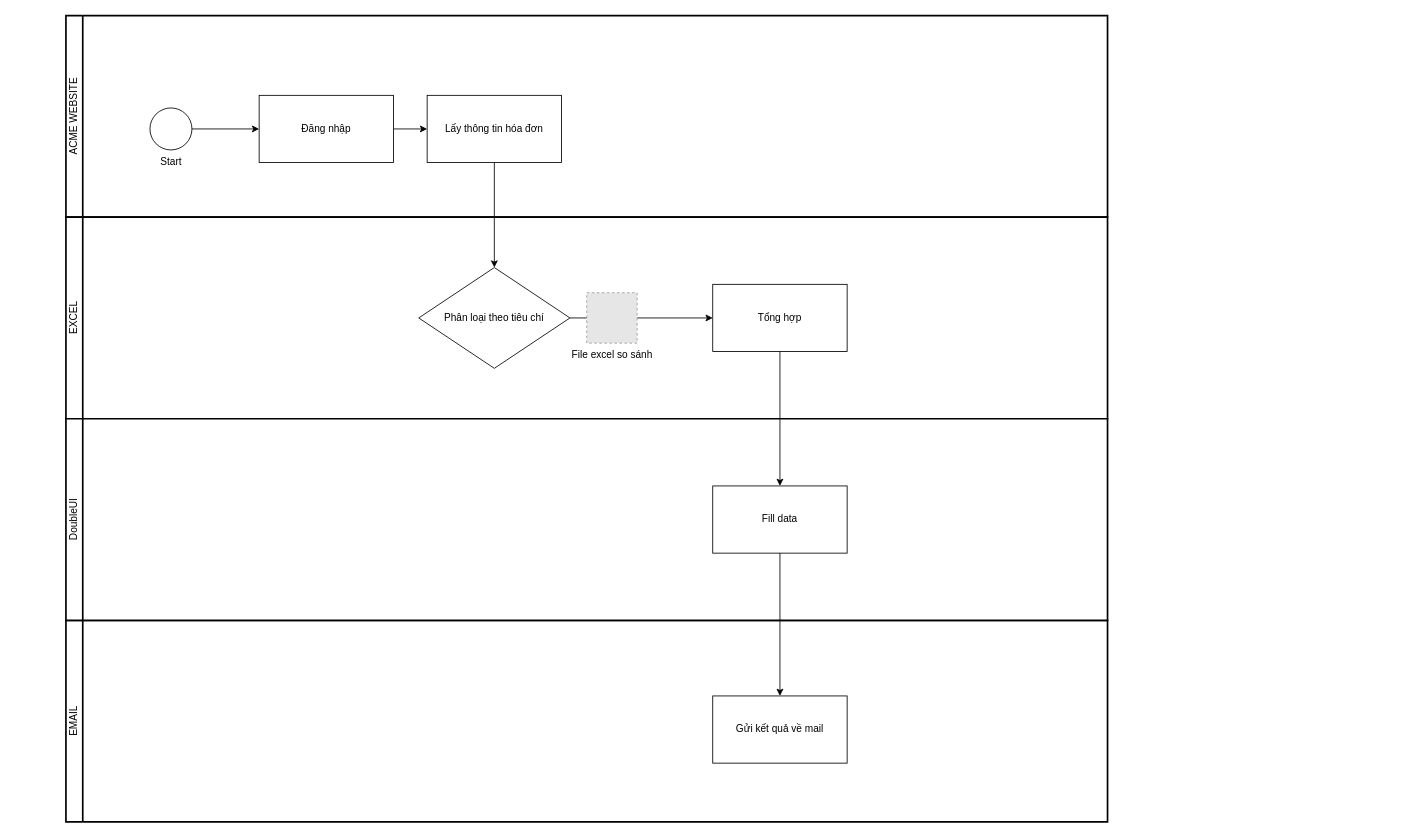
This is page "TO-BE" (1 of 2) of 01_AutomationTest_Learn_V0.1/File/Doc/project1_ReadExcel.drawio from ManhHongPham/UiPath, a draw.io file, before an edit. Source tidied: cells renumbered, new cells numbered last; positions are measured from the earlier drawing's top-left corner, leaving out a move shared by most shapes. Both pictures are drawn from the tidied source at 84%, with x=0, y=0 at pixel (66, 15). Pictures stored in the file or linked from it are replaced by grey dashed boxes.
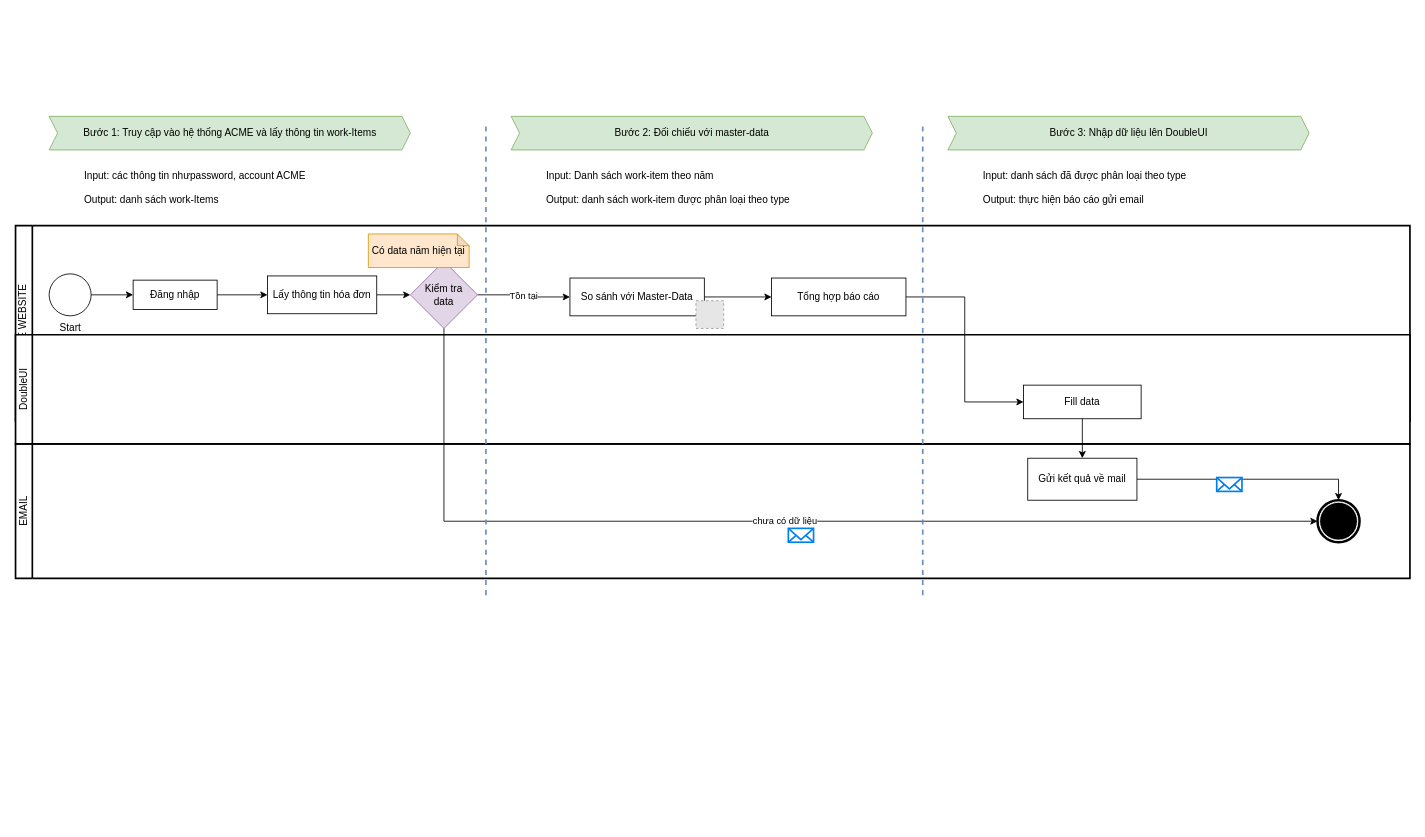
Above is the later version.

Diff of the diagram source:
```diff
@@
     <mxCell id="2" value="ACME WEBSITE" style="swimlane;html=1;startSize=20;fontStyle=0;horizontal=0;swimlaneLine=1;swimlaneFillColor=#ffffff;strokeWidth=2;whiteSpace=wrap;" parent="1" vertex="1">
-      <mxGeometry width="1240" height="240" as="geometry" />
+      <mxGeometry x="-60" y="250" width="1660" height="233" as="geometry" />
     </mxCell>
@@
     <mxCell id="4" value="Đăng nhập" style="rounded=0;whiteSpace=wrap;html=1;" parent="2" vertex="1">
-      <mxGeometry x="230" y="95" width="160" height="80" as="geometry" />
+      <mxGeometry x="140" y="65" width="100" height="35" as="geometry" />
     </mxCell>
@@
     <mxCell id="6" value="Start" style="points=[[0.145,0.145,0],[0.5,0,0],[0.855,0.145,0],[1,0.5,0],[0.855,0.855,0],[0.5,1,0],[0.145,0.855,0],[0,0.5,0]];shape=mxgraph.bpmn.event;html=1;verticalLabelPosition=bottom;labelBackgroundColor=#ffffff;verticalAlign=top;align=center;perimeter=ellipsePerimeter;outlineConnect=0;outline=standard;symbol=general;" parent="2" vertex="1">
-      <mxGeometry x="100" y="110" width="50" height="50" as="geometry" />
+      <mxGeometry x="40" y="57.5" width="50" height="50" as="geometry" />
     </mxCell>
+    <mxCell id="20" style="edgeStyle=orthogonalEdgeStyle;rounded=0;jettySize=auto;html=1;entryX=0;entryY=0.5;entryDx=0;entryDy=0;" parent="2" edge="1" source="7" target="25">
+      <mxGeometry relative="1" as="geometry" />
+    </mxCell>
     <mxCell id="7" value="Lấy thông tin hóa đơn" style="rounded=0;whiteSpace=wrap;html=1;" parent="2" vertex="1">
-      <mxGeometry x="430" y="95" width="160" height="80" as="geometry" />
+      <mxGeometry x="300" y="60" width="130" height="45" as="geometry" />
     </mxCell>
-    <mxCell id="8" value="EXCEL" style="swimlane;html=1;startSize=20;fontStyle=0;horizontal=0;swimlaneLine=1;swimlaneFillColor=#ffffff;strokeWidth=2;whiteSpace=wrap;" parent="1" vertex="1">
-      <mxGeometry y="240" width="1240" height="240" as="geometry" />
-    </mxCell>
-    <mxCell id="9" value="Tổng hợp" style="rounded=0;whiteSpace=wrap;html=1;" parent="8" vertex="1">
-      <mxGeometry x="770" y="80" width="160" height="80" as="geometry" />
-    </mxCell>
-    <mxCell id="10" style="edgeStyle=orthogonalEdgeStyle;rounded=0;jettySize=auto;html=1;" parent="8" edge="1" source="11" target="9">
-      <mxGeometry relative="1" as="geometry" />
-    </mxCell>
-    <mxCell id="11" value="Phân loại theo tiêu chí" style="rhombus;whiteSpace=wrap;html=1;" parent="8" vertex="1">
-      <mxGeometry x="420" y="60" width="180" height="120" as="geometry" />
-    </mxCell>
-    <mxCell id="12" value="File excel so sánh" style="fillColor=#E6E6E6;strokeColor=#999999;dashed=1;html=1;verticalAlign=top;verticalLabelPosition=bottom;labelBackgroundColor=#ffffff;" parent="8" vertex="1">
-      <mxGeometry x="620" y="90" width="60" height="60" as="geometry" />
-    </mxCell>
+    <mxCell id="21" style="edgeStyle=orthogonalEdgeStyle;rounded=0;jettySize=auto;html=1;" parent="2" edge="1" source="22" target="23">
+      <mxGeometry relative="1" as="geometry" />
+    </mxCell>
+    <mxCell id="22" value="So sánh với Master-Data" style="rounded=0;whiteSpace=wrap;html=1;" parent="2" vertex="1">
+      <mxGeometry x="660" y="62.5" width="160" height="45" as="geometry" />
+    </mxCell>
+    <mxCell id="23" value="Tổng hợp báo cáo" style="rounded=0;whiteSpace=wrap;html=1;" parent="2" vertex="1">
+      <mxGeometry x="900" y="62.5" width="160" height="45" as="geometry" />
+    </mxCell>
+    <mxCell id="24" value="Tồn tại" style="edgeStyle=orthogonalEdgeStyle;rounded=0;jettySize=auto;html=1;entryX=0;entryY=0.5;entryDx=0;entryDy=0;" parent="2" edge="1" source="25" target="22">
+      <mxGeometry relative="1" as="geometry" />
+    </mxCell>
+    <mxCell id="25" value="Kiểm tra &lt;br&gt;data" style="rhombus;whiteSpace=wrap;html=1;fillColor=#e1d5e7;strokeColor=#9673a6;" parent="2" vertex="1">
+      <mxGeometry x="470" y="42.5" width="80" height="80" as="geometry" />
+    </mxCell>
+    <mxCell id="26" style="fillColor=#E6E6E6;strokeColor=#999999;dashed=1;html=1;verticalAlign=top;verticalLabelPosition=bottom;labelBackgroundColor=#ffffff;" parent="2" vertex="1">
+      <mxGeometry x="810" y="89.5" width="33" height="33" as="geometry" />
+    </mxCell>
+    <mxCell id="27" value="Có data năm hiện tại" style="shape=note;whiteSpace=wrap;html=1;backgroundOutline=1;darkOpacity=0.05;fillColor=#ffe6cc;strokeColor=#d79b00;size=14;" parent="2" vertex="1">
+      <mxGeometry x="420" y="10" width="120" height="40" as="geometry" />
+    </mxCell>
     <mxCell id="13" value="EMAIL" style="swimlane;html=1;startSize=20;fontStyle=0;horizontal=0;swimlaneLine=1;swimlaneFillColor=#ffffff;strokeWidth=2;whiteSpace=wrap;" parent="1" vertex="1">
-      <mxGeometry y="720" width="1240" height="240" as="geometry" />
+      <mxGeometry x="-60" y="510" width="1660" height="160" as="geometry" />
     </mxCell>
+    <mxCell id="28" style="edgeStyle=orthogonalEdgeStyle;rounded=0;jettySize=auto;html=1;entryX=0.5;entryY=0;entryDx=0;entryDy=0;entryPerimeter=0;" parent="13" edge="1" source="14" target="30">
+      <mxGeometry relative="1" as="geometry" />
+    </mxCell>
     <mxCell id="14" value="Gửi kết quả về mail" style="rounded=0;whiteSpace=wrap;html=1;" parent="13" vertex="1">
-      <mxGeometry x="770" y="90" width="160" height="80" as="geometry" />
+      <mxGeometry x="1205" y="17" width="130" height="50" as="geometry" />
     </mxCell>
-    <mxCell id="15" style="edgeStyle=orthogonalEdgeStyle;rounded=0;jettySize=auto;html=1;entryX=0.5;entryY=0;entryDx=0;entryDy=0;" parent="1" edge="1" source="7" target="11">
-      <mxGeometry relative="1" as="geometry" />
-    </mxCell>
+    <mxCell id="29" style="html=1;verticalLabelPosition=bottom;align=center;labelBackgroundColor=#ffffff;verticalAlign=top;strokeWidth=2;strokeColor=#0080F0;shadow=0;dashed=0;shape=mxgraph.ios7.icons.mail;" parent="13" vertex="1">
+      <mxGeometry x="920" y="100.5" width="30" height="16.5" as="geometry" />
+    </mxCell>
+    <mxCell id="30" style="points=[[0.145,0.145,0],[0.5,0,0],[0.855,0.145,0],[1,0.5,0],[0.855,0.855,0],[0.5,1,0],[0.145,0.855,0],[0,0.5,0]];shape=mxgraph.bpmn.event;html=1;verticalLabelPosition=bottom;labelBackgroundColor=#ffffff;verticalAlign=top;align=center;perimeter=ellipsePerimeter;outlineConnect=0;outline=end;symbol=terminate;" parent="13" vertex="1">
+      <mxGeometry x="1550" y="67" width="50" height="50" as="geometry" />
+    </mxCell>
+    <mxCell id="31" style="html=1;verticalLabelPosition=bottom;align=center;labelBackgroundColor=#ffffff;verticalAlign=top;strokeWidth=2;strokeColor=#0080F0;shadow=0;dashed=0;shape=mxgraph.ios7.icons.mail;" parent="13" vertex="1">
+      <mxGeometry x="1430" y="40" width="30" height="16.5" as="geometry" />
+    </mxCell>
     <mxCell id="16" value="DoubleUI" style="swimlane;html=1;startSize=20;fontStyle=0;horizontal=0;swimlaneLine=1;swimlaneFillColor=#ffffff;strokeWidth=2;whiteSpace=wrap;" parent="1" vertex="1">
-      <mxGeometry y="480" width="1240" height="240" as="geometry" />
+      <mxGeometry x="-60" y="380" width="1660" height="130" as="geometry" />
     </mxCell>
     <mxCell id="17" value="Fill data" style="rounded=0;whiteSpace=wrap;html=1;" parent="16" vertex="1">
-      <mxGeometry x="770" y="80" width="160" height="80" as="geometry" />
+      <mxGeometry x="1200" y="60" width="140" height="40" as="geometry" />
     </mxCell>
-    <mxCell id="18" style="edgeStyle=orthogonalEdgeStyle;rounded=0;jettySize=auto;html=1;entryX=0.5;entryY=0;entryDx=0;entryDy=0;" parent="1" edge="1" source="9" target="17">
-      <mxGeometry relative="1" as="geometry" />
-    </mxCell>
@@
+    <mxCell id="32" value="Bước 1: Truy cập vào hệ thống ACME và lấy thông tin work-Items" style="html=1;shadow=0;dashed=0;align=center;verticalAlign=middle;shape=mxgraph.arrows2.arrow;dy=0;dx=10;notch=10;fillColor=#d5e8d4;strokeColor=#82b366;" parent="1" vertex="1">
+      <mxGeometry x="-20" y="120" width="430" height="40" as="geometry" />
+    </mxCell>
+    <mxCell id="33" value="Input: các thông tin nhưpassword, account ACME&lt;br&gt;&lt;br&gt;Output: danh sách work-Items" style="text;html=1;strokeColor=none;fillColor=none;align=left;verticalAlign=middle;whiteSpace=wrap;rounded=0;" parent="1" vertex="1">
+      <mxGeometry x="20" y="190" width="400" height="30" as="geometry" />
+    </mxCell>
+    <mxCell id="34" value="Bước 2: Đối chiếu với master-data" style="html=1;shadow=0;dashed=0;align=center;verticalAlign=middle;shape=mxgraph.arrows2.arrow;dy=0;dx=10;notch=10;fillColor=#d5e8d4;strokeColor=#82b366;" parent="1" vertex="1">
+      <mxGeometry x="530" y="120" width="430" height="40" as="geometry" />
+    </mxCell>
+    <mxCell id="35" value="Input: Danh sách work-item theo năm&lt;br&gt;&lt;br&gt;Output: danh sách work-item được phân loại theo type" style="text;html=1;strokeColor=none;fillColor=none;align=left;verticalAlign=middle;whiteSpace=wrap;rounded=0;" parent="1" vertex="1">
+      <mxGeometry x="570" y="190" width="400" height="30" as="geometry" />
+    </mxCell>
+    <mxCell id="36" value="Bước 3: Nhập dữ liệu lên DoubleUI" style="html=1;shadow=0;dashed=0;align=center;verticalAlign=middle;shape=mxgraph.arrows2.arrow;dy=0;dx=10;notch=10;fillColor=#d5e8d4;strokeColor=#82b366;" parent="1" vertex="1">
+      <mxGeometry x="1050" y="120" width="430" height="40" as="geometry" />
+    </mxCell>
+    <mxCell id="37" value="Input: danh sách đã được phân loại theo type&lt;br&gt;&lt;br&gt;Output: thực hiện báo cáo gửi email" style="text;html=1;strokeColor=none;fillColor=none;align=left;verticalAlign=middle;whiteSpace=wrap;rounded=0;" parent="1" vertex="1">
+      <mxGeometry x="1090" y="190" width="400" height="30" as="geometry" />
+    </mxCell>
+    <mxCell id="38" style="edgeStyle=orthogonalEdgeStyle;rounded=0;jettySize=auto;html=1;entryX=0;entryY=0.5;entryDx=0;entryDy=0;" parent="1" edge="1" source="23" target="17">
+      <mxGeometry relative="1" as="geometry" />
+    </mxCell>
+    <mxCell id="39" value="chưa có dữ liệu" style="edgeStyle=orthogonalEdgeStyle;rounded=0;jettySize=auto;html=1;entryX=0;entryY=0.5;entryDx=0;entryDy=0;entryPerimeter=0;" parent="1" edge="1" source="25" target="30">
+      <mxGeometry relative="1" as="geometry">
+        <Array as="points">
+          <mxPoint x="450" y="602" />
+        </Array>
+      </mxGeometry>
+    </mxCell>
+    <mxCell id="40" style="endArrow=none;dashed=1;html=1;rounded=0;fillColor=#dae8fc;strokeColor=#6c8ebf;strokeWidth=2;" parent="1" edge="1">
+      <mxGeometry relative="1" as="geometry">
+        <mxPoint x="500" y="690" as="sourcePoint" />
+        <mxPoint x="500" y="130" as="targetPoint" />
+      </mxGeometry>
+    </mxCell>
+    <mxCell id="41" style="endArrow=none;dashed=1;html=1;rounded=0;strokeWidth=2;fillColor=#dae8fc;strokeColor=#6c8ebf;" parent="1" edge="1">
+      <mxGeometry relative="1" as="geometry">
+        <mxPoint x="1020" y="690" as="sourcePoint" />
+        <mxPoint x="1020" y="130" as="targetPoint" />
+      </mxGeometry>
+    </mxCell>
```
